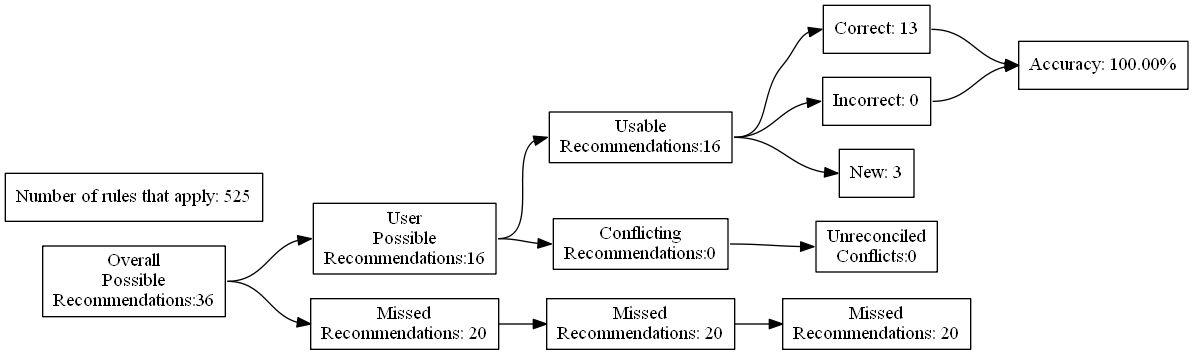
Above: test_renders/42.gv.png in ZaxR/ibd_diet_analysis (Graphviz), before the change. Its source is kept beside it as test_renders/42.gv.
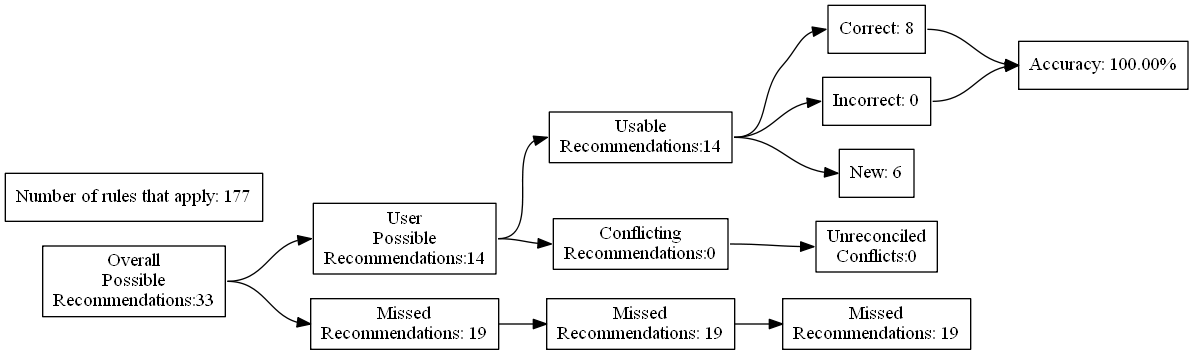
After the commit.

Diff of the diagram source:
```diff
@@ -4,27 +4,27 @@
 	edge [headport=w tailport=e]
 		A [label="Overall
 Possible
-Recommendations:36"]
+Recommendations:33"]
 		B [label="User
 Possible
-Recommendations:16"]
+Recommendations:14"]
 		C [label="Missed
-Recommendations: 20"]
+Recommendations: 19"]
 		D [label="Usable
-Recommendations:16"]
+Recommendations:14"]
 		E [label="Conflicting
 Recommendations:0"]
 		J [label="Missed
-Recommendations: 20"]
+Recommendations: 19"]
 		M [label="Unreconciled
 Conflicts:0"]
-		F [label="Correct: 13"]
+		F [label="Correct: 8"]
 		G [label="Incorrect: 0"]
-		H [label="New: 3"]
+		H [label="New: 6"]
 		K [label="Missed
-Recommendations: 20"]
+Recommendations: 19"]
 		I [label="Accuracy: 100.00%"]
-		l [label="Number of rules that apply: 525"]
+		l [label="Number of rules that apply: 177"]
 			A -> B
 			A -> C
 			B -> D
```
